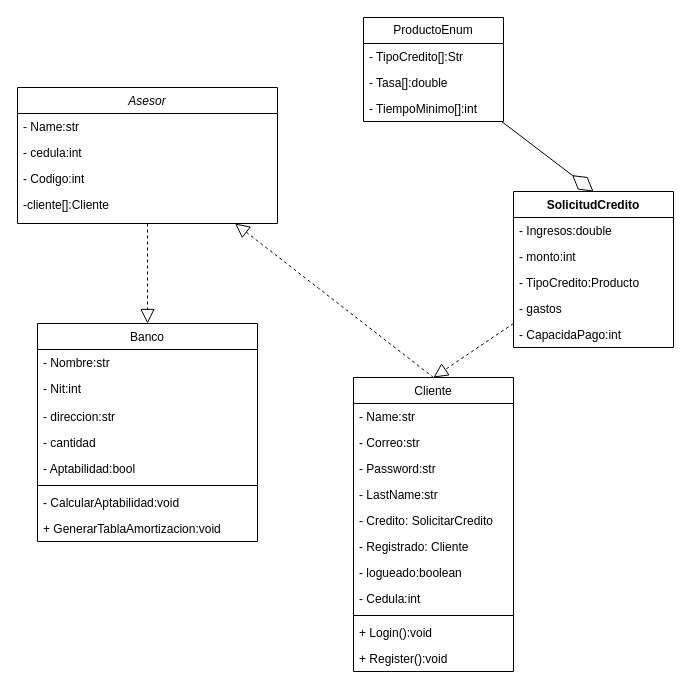
Universidad-Antonio-Narino/UniversidadCode keeps this draw.io diagram as Codigo java/promaxtaxes/src/main/java/com/promax/Diagrama sin título.drawio. Above is the earlier version. Source tidied: cells renumbered, new cells numbered last; positions are measured from the earlier drawing's top-left corner, leaving out a move shared by most shapes. Both pictures are drawn from the tidied source at 100%, with x=0, y=0 at pixel (17, 17).
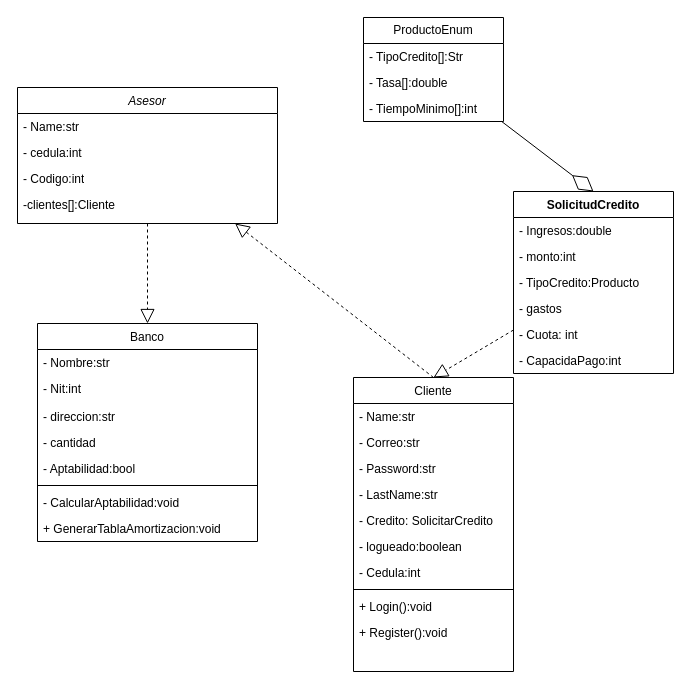
The same diagram, later.

Unchanged cells that the change refers to:
```xml
<mxCell id="2" value="Asesor" style="swimlane;fontStyle=2;align=center;verticalAlign=top;horizontal=1;startSize=26;rounded=0;shadow=0;strokeWidth=1;" parent="1" vertex="1">
  <mxGeometry y="70" width="260" height="136" as="geometry" />
</mxCell>
<mxCell id="16" value="Cliente" style="swimlane;fontStyle=0;align=center;verticalAlign=top;horizontal=1;startSize=26;rounded=0;shadow=0;strokeWidth=1;" parent="1" vertex="1">
  <mxGeometry x="336" y="360" width="160" height="294" as="geometry" />
</mxCell>
```

The edit, as a diff of the source:
```diff
@@
-    <mxCell id="6" value="-cliente[]:Cliente" style="text;strokeColor=none;fillColor=none;align=left;verticalAlign=top;spacingLeft=4;spacingRight=4;overflow=hidden;whiteSpace=wrap;html=1;" parent="2" vertex="1">
+    <mxCell id="6" value="-clientes[]:Cliente" style="text;strokeColor=none;fillColor=none;align=left;verticalAlign=top;spacingLeft=4;spacingRight=4;overflow=hidden;whiteSpace=wrap;html=1;" parent="2" vertex="1">
       <mxGeometry y="104" width="260" height="30" as="geometry" />
     </mxCell>
@@
-    <mxCell id="22" value="- Registrado: Cliente" style="text;strokeColor=none;fillColor=none;align=left;verticalAlign=top;spacingLeft=4;spacingRight=4;overflow=hidden;whiteSpace=wrap;html=1;" parent="16" vertex="1">
-      <mxGeometry y="156" width="160" height="26" as="geometry" />
-    </mxCell>
     <mxCell id="23" value="- logueado:boolean" style="text;strokeColor=none;fillColor=none;align=left;verticalAlign=top;spacingLeft=4;spacingRight=4;overflow=hidden;whiteSpace=wrap;html=1;" parent="16" vertex="1">
-      <mxGeometry y="182" width="160" height="26" as="geometry" />
+      <mxGeometry y="156" width="160" height="26" as="geometry" />
     </mxCell>
     <mxCell id="24" value="- Cedula:int" style="text;align=left;verticalAlign=top;spacingLeft=4;spacingRight=4;overflow=hidden;rounded=0;shadow=0;html=0;" parent="16" vertex="1">
-      <mxGeometry y="208" width="160" height="26" as="geometry" />
+      <mxGeometry y="182" width="160" height="26" as="geometry" />
     </mxCell>
     <mxCell id="25" style="line;strokeWidth=1;fillColor=none;align=left;verticalAlign=middle;spacingTop=-1;spacingLeft=3;spacingRight=3;labelPosition=right;strokeColor=inherit;" parent="16" vertex="1">
-      <mxGeometry y="234" width="160" height="8" as="geometry" />
+      <mxGeometry y="208" width="160" height="8" as="geometry" />
     </mxCell>
     <mxCell id="26" value="+ Login():void" style="text;strokeColor=none;fillColor=none;align=left;verticalAlign=top;spacingLeft=4;spacingRight=4;overflow=hidden;whiteSpace=wrap;html=1;" parent="16" vertex="1">
-      <mxGeometry y="242" width="160" height="26" as="geometry" />
+      <mxGeometry y="216" width="160" height="26" as="geometry" />
     </mxCell>
     <mxCell id="27" value="+ Register():void" style="text;strokeColor=none;fillColor=none;align=left;verticalAlign=top;spacingLeft=4;spacingRight=4;overflow=hidden;whiteSpace=wrap;html=1;" parent="16" vertex="1">
-      <mxGeometry y="268" width="160" height="26" as="geometry" />
+      <mxGeometry y="242" width="160" height="26" as="geometry" />
     </mxCell>
     <mxCell id="28" value="SolicitudCredito" style="swimlane;fontStyle=1;align=center;verticalAlign=top;horizontal=1;startSize=26;whiteSpace=wrap;html=1;" parent="1" vertex="1">
-      <mxGeometry x="496" y="174" width="160" height="156" as="geometry" />
+      <mxGeometry x="496" y="174" width="160" height="182" as="geometry" />
     </mxCell>
@@
+    <mxCell id="42" value="- Cuota: int" style="text;strokeColor=none;fillColor=none;align=left;verticalAlign=top;spacingLeft=4;spacingRight=4;overflow=hidden;whiteSpace=wrap;html=1;" parent="28" vertex="1">
+      <mxGeometry y="130" width="160" height="26" as="geometry" />
+    </mxCell>
     <mxCell id="33" value="- CapacidaPago:int" style="text;strokeColor=none;fillColor=none;align=left;verticalAlign=top;spacingLeft=4;spacingRight=4;overflow=hidden;whiteSpace=wrap;html=1;" parent="28" vertex="1">
-      <mxGeometry y="130" width="160" height="26" as="geometry" />
+      <mxGeometry y="156" width="160" height="26" as="geometry" />
     </mxCell>
```
